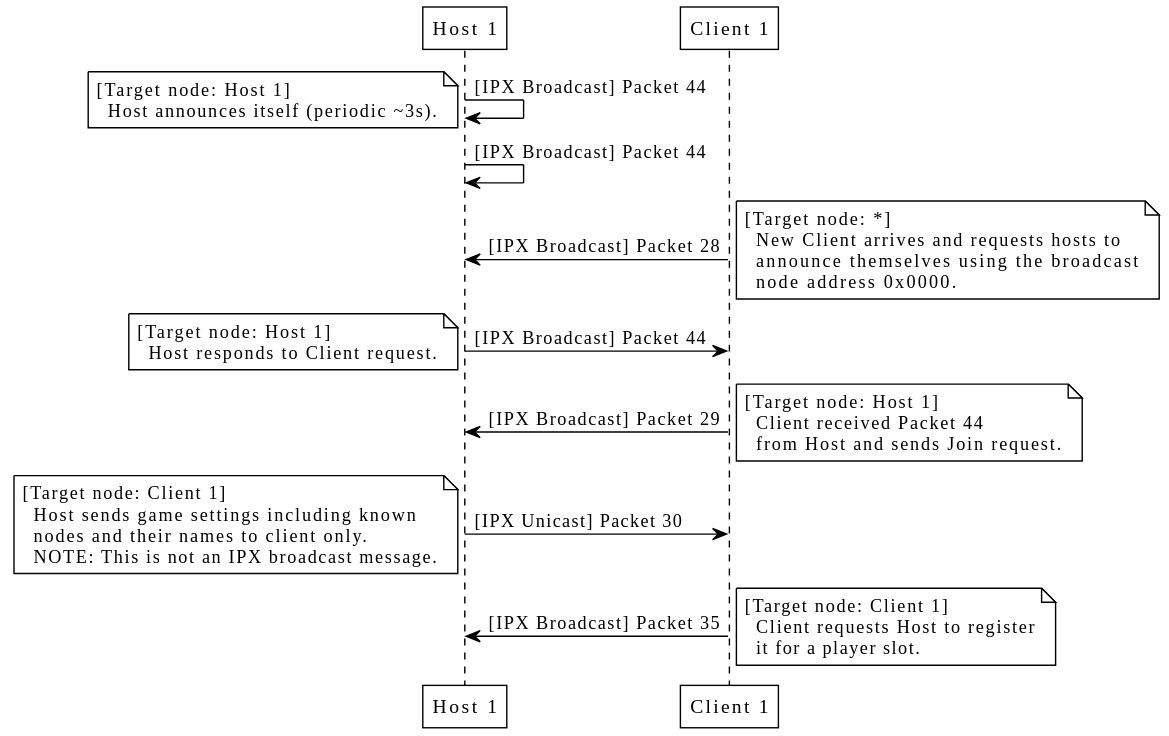
Before: assets/images/protocol_basic_join.svg, a diagram exported from PlantUML (klei1984/max).
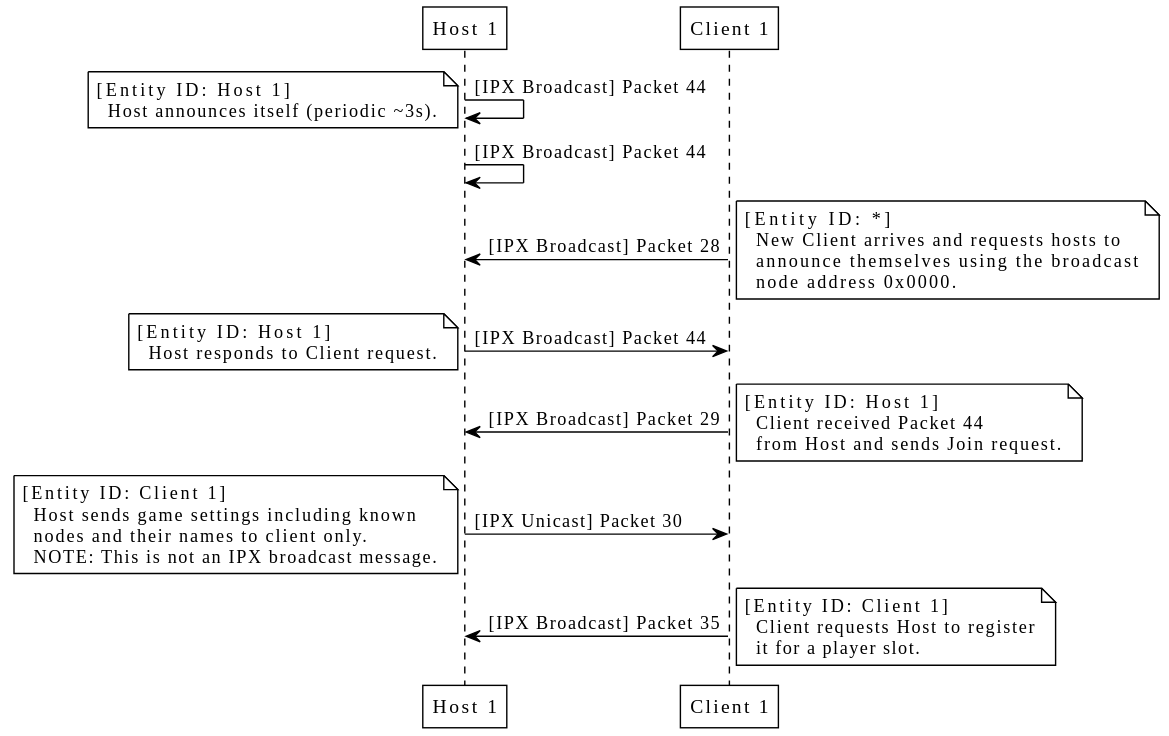
After the commit.

What changed in the source:
```diff
@@ -6,38 +6,38 @@
 
 H1 -> H1 : [IPX Broadcast] Packet 44
 note left
-[Target node: Host 1]
+[Entity ID: Host 1]
   Host announces itself (periodic ~3s).
 end note
 H1 -> H1 : [IPX Broadcast] Packet 44
 C1 -> H1 : [IPX Broadcast] Packet 28
 note right
-[Target node: *]
+[Entity ID: *]
   New Client arrives and requests hosts to
   announce themselves using the broadcast
   node address 0x0000.
 end note
 H1 -> C1 : [IPX Broadcast] Packet 44
 note left
-[Target node: Host 1]
+[Entity ID: Host 1]
   Host responds to Client request.
 end note
 C1 -> H1 : [IPX Broadcast] Packet 29
 note right
-[Target node: Host 1]
+[Entity ID: Host 1]
   Client received Packet 44
   from Host and sends Join request.
 end note
 H1 -> C1 : [IPX Unicast] Packet 30
 note left
-[Target node: Client 1]
+[Entity ID: Client 1]
   Host sends game settings including known
   nodes and their names to client only.
   NOTE: This is not an IPX broadcast message.
 end note
 C1 -> H1 : [IPX Broadcast] Packet 35
 note right
-[Target node: Client 1]
+[Entity ID: Client 1]
   Client requests Host to register
   it for a player slot.
 end note
```
